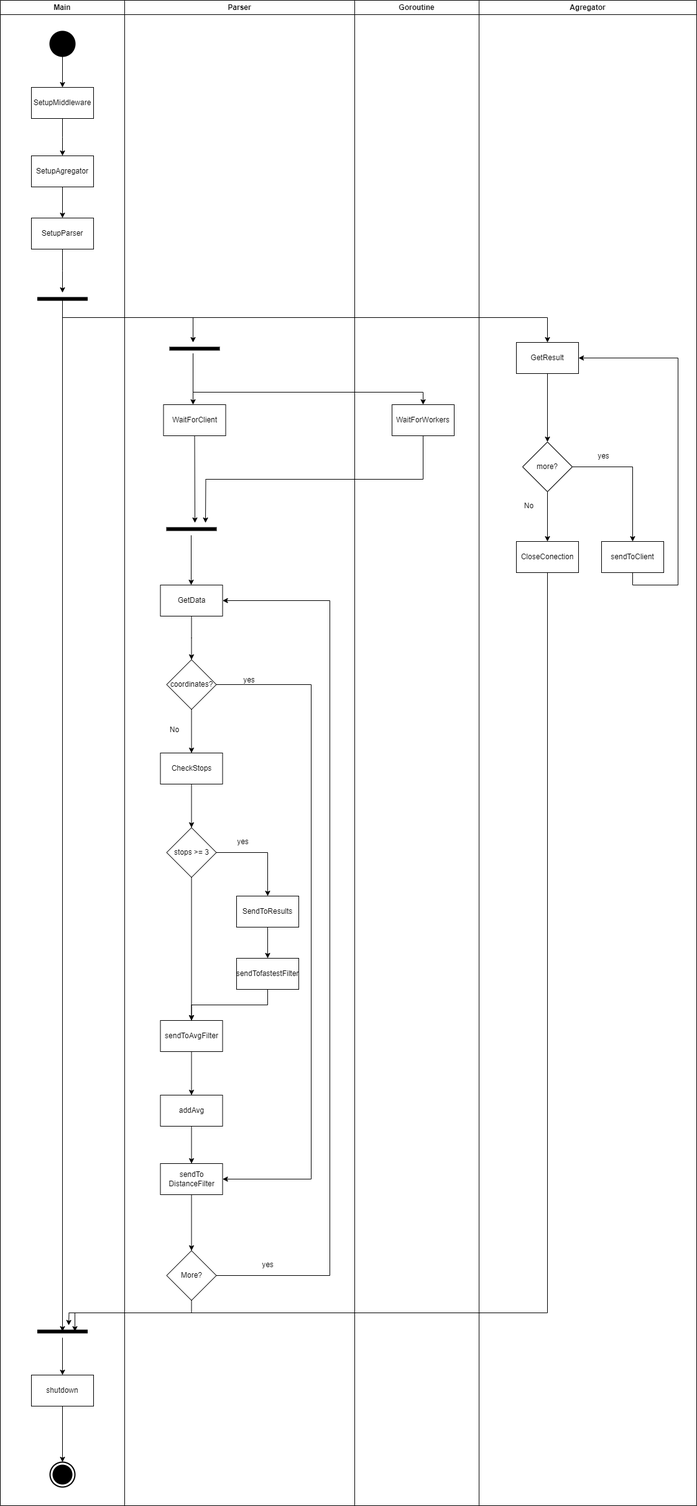
FranciscoPereira987/tp1-distribuidos-grupo5 keeps this draw.io diagram as img/ActividadesInterfaz.png. Above is the earlier version. Source tidied: cells renumbered, new cells last; positions are measured from the earlier drawing's top-left corner, leaving out a move shared by most shapes.
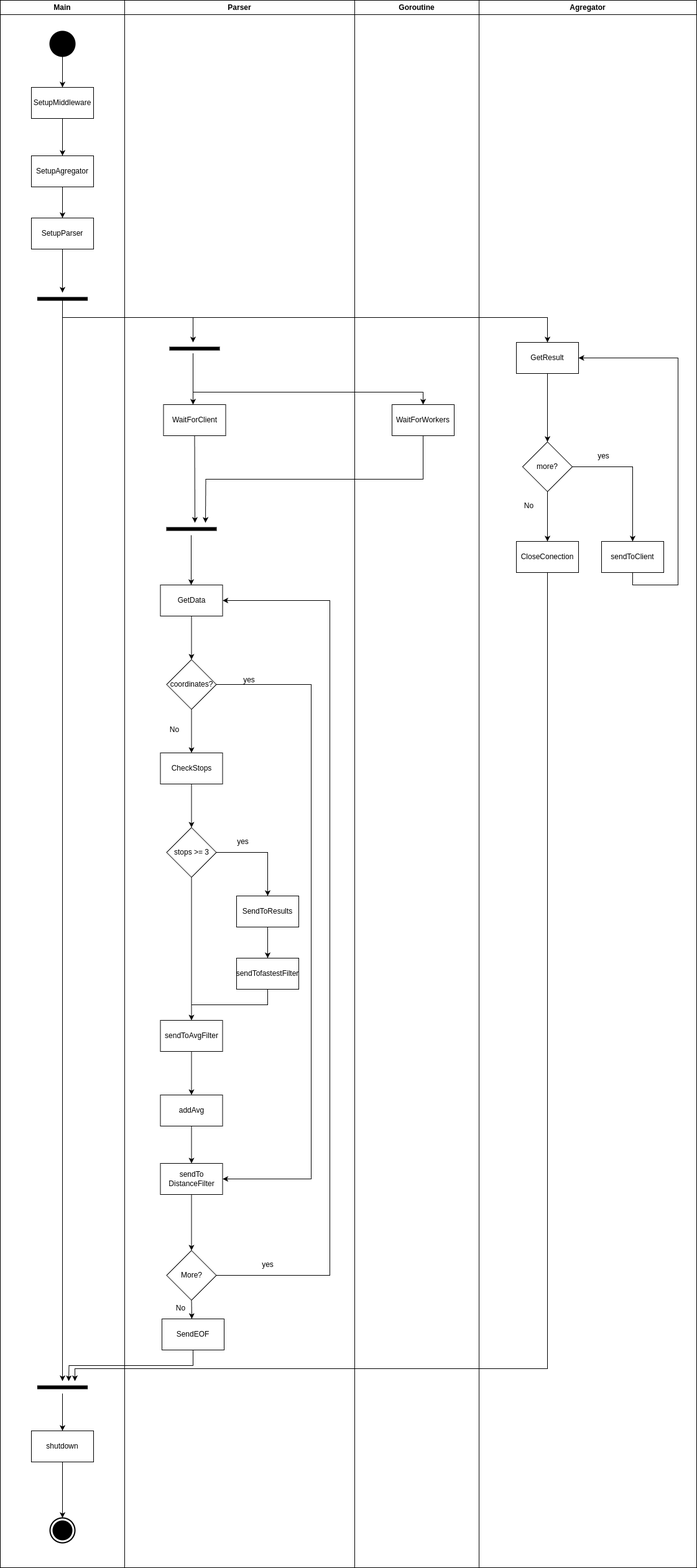
The same diagram one commit later.

Commit message:
Fixed diagrama actividades interface

Diff of the diagram source:
```diff
@@ -3,7 +3,7 @@
     <mxCell id="0" />
     <mxCell id="1" parent="0" />
     <mxCell id="2" value="Main" style="swimlane;whiteSpace=wrap;html=1;" parent="1" vertex="1">
-      <mxGeometry width="200" height="2420" as="geometry" />
+      <mxGeometry width="200" height="2520" as="geometry" />
     </mxCell>
     <mxCell id="3" style="edgeStyle=orthogonalEdgeStyle;rounded=0;jettySize=auto;html=1;exitX=0.5;exitY=1;exitDx=0;exitDy=0;entryX=0.5;entryY=0;entryDx=0;entryDy=0;" parent="2" edge="1" source="4" target="6">
       <mxGeometry relative="1" as="geometry" />
@@ -11,11 +11,11 @@
     <mxCell id="4" style="shape=ellipse;html=1;fillColor=strokeColor;strokeWidth=2;verticalLabelPosition=bottom;verticalAlignment=top;perimeter=ellipsePerimeter;" parent="2" vertex="1">
       <mxGeometry x="80" y="50" width="40" height="40" as="geometry" />
     </mxCell>
-    <mxCell id="5" style="edgeStyle=orthogonalEdgeStyle;rounded=0;jettySize=auto;html=1;exitX=0.5;exitY=1;exitDx=0;exitDy=0;" parent="2" edge="1" source="6">
-      <mxGeometry relative="1" as="geometry">
-        <mxPoint x="100" y="250" as="targetPoint" />
-      </mxGeometry>
-    </mxCell>
+    <mxCell id="70" style="edgeStyle=orthogonalEdgeStyle;rounded=0;jettySize=auto;html=1;exitX=0.5;exitY=1;exitDx=0;exitDy=0;" parent="2" edge="1" source="6">
+      <mxGeometry relative="1" as="geometry">
+        <mxPoint x="100" y="250" as="targetPoint" />
+      </mxGeometry>
+    </mxCell>
     <mxCell id="6" value="SetupMiddleware" style="html=1;dashed=0;whiteSpace=wrap;" parent="2" vertex="1">
       <mxGeometry x="50" y="140" width="100" height="50" as="geometry" />
     </mxCell>
@@ -25,34 +25,36 @@
     <mxCell id="8" value="SetupAgregator" style="html=1;dashed=0;whiteSpace=wrap;" parent="2" vertex="1">
       <mxGeometry x="50" y="250" width="100" height="50" as="geometry" />
     </mxCell>
-    <mxCell id="9" style="edgeStyle=orthogonalEdgeStyle;rounded=0;jettySize=auto;html=1;exitX=0.5;exitY=1;exitDx=0;exitDy=0;" parent="2" edge="1" source="10">
-      <mxGeometry relative="1" as="geometry">
-        <mxPoint x="100" y="470" as="targetPoint" />
-      </mxGeometry>
-    </mxCell>
+    <mxCell id="71" style="edgeStyle=orthogonalEdgeStyle;rounded=0;jettySize=auto;html=1;exitX=0.5;exitY=1;exitDx=0;exitDy=0;" parent="2" edge="1" source="10">
+      <mxGeometry relative="1" as="geometry">
+        <mxPoint x="100" y="470" as="targetPoint" />
+      </mxGeometry>
+    </mxCell>
     <mxCell id="10" value="SetupParser" style="html=1;dashed=0;whiteSpace=wrap;" parent="2" vertex="1">
       <mxGeometry x="50" y="350" width="100" height="50" as="geometry" />
     </mxCell>
     <mxCell id="11" style="html=1;points=[];perimeter=orthogonalPerimeter;fillColor=strokeColor;rotation=-90;" parent="2" vertex="1">
       <mxGeometry x="97.5" y="440" width="5" height="80" as="geometry" />
     </mxCell>
-    <mxCell id="12" style="html=1;points=[];perimeter=orthogonalPerimeter;fillColor=strokeColor;rotation=-90;" parent="2" vertex="1">
-      <mxGeometry x="97.5" y="2100" width="5" height="80" as="geometry" />
-    </mxCell>
-    <mxCell id="13" style="endArrow=classic;html=1;rounded=0;exitX=0.5;exitY=0.5;exitDx=0;exitDy=0;exitPerimeter=0;entryX=0.5;entryY=0.5;entryDx=0;entryDy=0;entryPerimeter=0;" parent="2" edge="1" source="11" target="12">
-      <mxGeometry relative="1" as="geometry" />
-    </mxCell>
+    <mxCell id="72" style="html=1;perimeter=orthogonalPerimeter;fillColor=strokeColor;rotation=-90;" parent="2" vertex="1">
+      <mxGeometry x="97.5" y="2190" width="5" height="80" as="geometry" />
+    </mxCell>
+    <mxCell id="73" style="endArrow=classic;html=1;rounded=0;exitX=0.5;exitY=0.5;exitDx=0;exitDy=0;exitPerimeter=0;" parent="2" edge="1" source="11">
+      <mxGeometry relative="1" as="geometry">
+        <mxPoint x="100" y="2220" as="targetPoint" />
+      </mxGeometry>
+    </mxCell>
     <mxCell id="14" value="shutdown" style="html=1;dashed=0;whiteSpace=wrap;" parent="2" vertex="1">
-      <mxGeometry x="50" y="2210" width="100" height="50" as="geometry" />
+      <mxGeometry x="50" y="2300" width="100" height="50" as="geometry" />
     </mxCell>
-    <mxCell id="15" style="html=1;shape=mxgraph.sysml.actFinal;strokeWidth=2;verticalLabelPosition=bottom;verticalAlignment=top;" parent="2" vertex="1">
-      <mxGeometry x="80" y="2350" width="40" height="40" as="geometry" />
-    </mxCell>
-    <mxCell id="16" style="edgeStyle=orthogonalEdgeStyle;rounded=0;jettySize=auto;html=1;exitX=0.5;exitY=1;exitDx=0;exitDy=0;entryX=0.5;entryY=0;entryDx=0;entryDy=0;entryPerimeter=0;" parent="2" edge="1" source="14" target="15">
-      <mxGeometry relative="1" as="geometry" />
-    </mxCell>
+    <mxCell id="74" style="html=1;shape=mxgraph.sysml.actFinal;strokeWidth=2;verticalLabelPosition=bottom;verticalAlignment=top;" parent="2" vertex="1">
+      <mxGeometry x="80" y="2440" width="40" height="40" as="geometry" />
+    </mxCell>
+    <mxCell id="75" style="edgeStyle=orthogonalEdgeStyle;rounded=0;jettySize=auto;html=1;exitX=0.5;exitY=1;exitDx=0;exitDy=0;entryX=0.5;entryY=0;entryDx=0;entryDy=0;entryPerimeter=0;" parent="2" edge="1" source="14" target="74">
+      <mxGeometry relative="1" as="geometry" />
+    </mxCell>
     <mxCell id="17" value="Parser" style="swimlane;whiteSpace=wrap;html=1;" parent="1" vertex="1">
-      <mxGeometry x="200" width="370" height="2420" as="geometry" />
+      <mxGeometry x="200" width="370" height="2520" as="geometry" />
     </mxCell>
     <mxCell id="18" style="html=1;points=[];perimeter=orthogonalPerimeter;fillColor=strokeColor;rotation=-90;" parent="17" vertex="1">
       <mxGeometry x="110" y="520" width="5" height="80" as="geometry" />
@@ -63,17 +65,17 @@
     <mxCell id="20" style="html=1;perimeter=orthogonalPerimeter;fillColor=strokeColor;rotation=-90;" parent="17" vertex="1">
       <mxGeometry x="105" y="810" width="5" height="80" as="geometry" />
     </mxCell>
-    <mxCell id="21" style="endArrow=classic;html=1;rounded=0;" parent="17" edge="1">
-      <mxGeometry relative="1" as="geometry">
-        <mxPoint x="107" y="860" as="sourcePoint" />
-        <mxPoint x="107" y="940" as="targetPoint" />
-      </mxGeometry>
-    </mxCell>
-    <mxCell id="22" style="edgeStyle=orthogonalEdgeStyle;rounded=0;jettySize=auto;html=1;exitX=0.5;exitY=1;exitDx=0;exitDy=0;entryX=0.5;entryY=0;entryDx=0;entryDy=0;" parent="17" edge="1" source="23">
-      <mxGeometry relative="1" as="geometry">
-        <mxPoint x="107.5" y="1060" as="targetPoint" />
-      </mxGeometry>
-    </mxCell>
+    <mxCell id="76" style="endArrow=classic;html=1;rounded=0;" parent="17" edge="1">
+      <mxGeometry relative="1" as="geometry">
+        <mxPoint x="107" y="860" as="sourcePoint" />
+        <mxPoint x="107" y="940" as="targetPoint" />
+      </mxGeometry>
+    </mxCell>
+    <mxCell id="77" style="edgeStyle=orthogonalEdgeStyle;rounded=0;jettySize=auto;html=1;exitX=0.5;exitY=1;exitDx=0;exitDy=0;entryX=0.5;entryY=0;entryDx=0;entryDy=0;" parent="17" edge="1" source="23">
+      <mxGeometry relative="1" as="geometry">
+        <mxPoint x="107.5" y="1060" as="targetPoint" />
+      </mxGeometry>
+    </mxCell>
     <mxCell id="23" value="GetData" style="html=1;dashed=0;whiteSpace=wrap;" parent="17" vertex="1">
       <mxGeometry x="57.5" y="940" width="100" height="50" as="geometry" />
     </mxCell>
@@ -147,16 +149,24 @@
         </Array>
       </mxGeometry>
     </mxCell>
-    <mxCell id="44" style="edgeStyle=orthogonalEdgeStyle;rounded=0;jettySize=auto;html=1;exitX=0.5;exitY=1;exitDx=0;exitDy=0;" parent="17" edge="1" source="45">
-      <mxGeometry relative="1" as="geometry">
-        <mxPoint x="-90" y="2130" as="targetPoint" />
-      </mxGeometry>
-    </mxCell>
+    <mxCell id="78" style="edgeStyle=orthogonalEdgeStyle;rounded=0;jettySize=auto;html=1;exitX=0.5;exitY=1;exitDx=0;exitDy=0;" parent="17" edge="1" source="45">
+      <mxGeometry relative="1" as="geometry">
+        <mxPoint x="108" y="2120" as="targetPoint" />
+      </mxGeometry>
+    </mxCell>
     <mxCell id="45" value="More?" style="rhombus;whiteSpace=wrap;html=1;" parent="17" vertex="1">
       <mxGeometry x="67.5" y="2010" width="80" height="80" as="geometry" />
     </mxCell>
+    <mxCell id="79" style="edgeStyle=orthogonalEdgeStyle;rounded=0;jettySize=auto;html=1;exitX=0.5;exitY=1;exitDx=0;exitDy=0;" parent="17" edge="1" source="80">
+      <mxGeometry relative="1" as="geometry">
+        <mxPoint x="-90" y="2220" as="targetPoint" />
+      </mxGeometry>
+    </mxCell>
+    <mxCell id="80" value="SendEOF" style="html=1;dashed=0;whiteSpace=wrap;" parent="17" vertex="1">
+      <mxGeometry x="60" y="2120" width="100" height="50" as="geometry" />
+    </mxCell>
     <mxCell id="46" value="Agregator" style="swimlane;whiteSpace=wrap;html=1;" parent="1" vertex="1">
-      <mxGeometry x="770" width="350" height="2420" as="geometry" />
+      <mxGeometry x="770" width="350" height="2520" as="geometry" />
     </mxCell>
     <mxCell id="47" style="edgeStyle=orthogonalEdgeStyle;rounded=0;jettySize=auto;html=1;exitX=0.5;exitY=1;exitDx=0;exitDy=0;entryX=0.5;entryY=0;entryDx=0;entryDy=0;" parent="46" edge="1" source="48" target="51">
       <mxGeometry relative="1" as="geometry" />
@@ -188,25 +198,25 @@
     <mxCell id="54" value="sendToClient" style="html=1;dashed=0;whiteSpace=wrap;" parent="46" vertex="1">
       <mxGeometry x="197" y="870" width="100" height="50" as="geometry" />
     </mxCell>
-    <mxCell id="55" style="endArrow=classic;html=1;rounded=0;" parent="1" edge="1">
-      <mxGeometry relative="1" as="geometry">
-        <mxPoint x="100" y="490" as="sourcePoint" />
-        <mxPoint x="310" y="550" as="targetPoint" />
-        <Array as="points">
-          <mxPoint x="100" y="510" />
-          <mxPoint x="310" y="510" />
-        </Array>
-      </mxGeometry>
-    </mxCell>
-    <mxCell id="56" style="endArrow=classic;html=1;rounded=0;entryX=0.5;entryY=0;entryDx=0;entryDy=0;" parent="1" edge="1" target="48">
-      <mxGeometry relative="1" as="geometry">
-        <mxPoint x="100" y="480" as="sourcePoint" />
-        <Array as="points">
-          <mxPoint x="100" y="510" />
-          <mxPoint x="880" y="510" />
-        </Array>
-      </mxGeometry>
-    </mxCell>
+    <mxCell id="81" style="endArrow=classic;html=1;rounded=0;" parent="1" edge="1">
+      <mxGeometry relative="1" as="geometry">
+        <mxPoint x="100" y="490" as="sourcePoint" />
+        <mxPoint x="310" y="550" as="targetPoint" />
+        <Array as="points">
+          <mxPoint x="100" y="510" />
+          <mxPoint x="310" y="510" />
+        </Array>
+      </mxGeometry>
+    </mxCell>
+    <mxCell id="82" style="endArrow=classic;html=1;rounded=0;entryX=0.5;entryY=0;entryDx=0;entryDy=0;" parent="1" edge="1" target="48">
+      <mxGeometry relative="1" as="geometry">
+        <mxPoint x="100" y="480" as="sourcePoint" />
+        <Array as="points">
+          <mxPoint x="100" y="510" />
+          <mxPoint x="880" y="510" />
+        </Array>
+      </mxGeometry>
+    </mxCell>
     <mxCell id="57" style="endArrow=classic;html=1;rounded=0;exitX=-1;exitY=0.469;exitDx=0;exitDy=0;exitPerimeter=0;entryX=0.5;entryY=0;entryDx=0;entryDy=0;" parent="1" edge="1" source="18" target="60">
       <mxGeometry relative="1" as="geometry">
         <Array as="points">
@@ -216,27 +226,27 @@
       </mxGeometry>
     </mxCell>
     <mxCell id="58" value="Goroutine" style="swimlane;whiteSpace=wrap;html=1;" parent="1" vertex="1">
-      <mxGeometry x="570" width="200" height="2420" as="geometry" />
+      <mxGeometry x="570" width="200" height="2520" as="geometry" />
     </mxCell>
-    <mxCell id="59" style="edgeStyle=orthogonalEdgeStyle;rounded=0;jettySize=auto;html=1;exitX=0.5;exitY=1;exitDx=0;exitDy=0;" parent="58" edge="1" source="60">
-      <mxGeometry relative="1" as="geometry">
-        <mxPoint x="-240" y="840" as="targetPoint" />
-      </mxGeometry>
-    </mxCell>
+    <mxCell id="83" style="edgeStyle=orthogonalEdgeStyle;rounded=0;jettySize=auto;html=1;exitX=0.5;exitY=1;exitDx=0;exitDy=0;" parent="58" edge="1" source="60">
+      <mxGeometry relative="1" as="geometry">
+        <mxPoint x="-240" y="840" as="targetPoint" />
+      </mxGeometry>
+    </mxCell>
     <mxCell id="60" value="WaitForWorkers" style="html=1;dashed=0;whiteSpace=wrap;" parent="58" vertex="1">
       <mxGeometry x="60" y="650" width="100" height="50" as="geometry" />
     </mxCell>
-    <mxCell id="61" style="endArrow=classic;html=1;rounded=0;" parent="1" edge="1">
-      <mxGeometry relative="1" as="geometry">
-        <mxPoint x="310" y="570" as="sourcePoint" />
-        <mxPoint x="310" y="650" as="targetPoint" />
-      </mxGeometry>
-    </mxCell>
-    <mxCell id="62" style="endArrow=classic;html=1;rounded=0;exitX=0.5;exitY=1;exitDx=0;exitDy=0;" parent="1" edge="1" source="19">
-      <mxGeometry relative="1" as="geometry">
-        <mxPoint x="313" y="840" as="targetPoint" />
-      </mxGeometry>
-    </mxCell>
+    <mxCell id="84" style="endArrow=classic;html=1;rounded=0;" parent="1" edge="1">
+      <mxGeometry relative="1" as="geometry">
+        <mxPoint x="310" y="570" as="sourcePoint" />
+        <mxPoint x="310" y="650" as="targetPoint" />
+      </mxGeometry>
+    </mxCell>
+    <mxCell id="85" style="endArrow=classic;html=1;rounded=0;exitX=0.5;exitY=1;exitDx=0;exitDy=0;" parent="1" edge="1" source="19">
+      <mxGeometry relative="1" as="geometry">
+        <mxPoint x="313" y="840" as="targetPoint" />
+      </mxGeometry>
+    </mxCell>
     <mxCell id="63" value="No" style="text;html=1;align=center;verticalAlign=middle;strokeColor=none;fillColor=none;" parent="1" vertex="1">
       <mxGeometry x="830" y="798" width="40" height="30" as="geometry" />
     </mxCell>
@@ -252,20 +262,22 @@
     <mxCell id="67" value="yes" style="text;html=1;align=center;verticalAlign=middle;strokeColor=none;fillColor=none;" parent="1" vertex="1">
       <mxGeometry x="410" y="2018" width="40" height="30" as="geometry" />
     </mxCell>
-    <mxCell id="68" style="edgeStyle=orthogonalEdgeStyle;rounded=0;jettySize=auto;html=1;exitX=0.5;exitY=1;exitDx=0;exitDy=0;" parent="1" edge="1" source="52">
-      <mxGeometry relative="1" as="geometry">
-        <mxPoint x="120" y="2140" as="targetPoint" />
-        <Array as="points">
-          <mxPoint x="880" y="2110" />
-          <mxPoint x="120" y="2110" />
-          <mxPoint x="120" y="2139" />
-        </Array>
-      </mxGeometry>
-    </mxCell>
-    <mxCell id="69" style="endArrow=classic;html=1;rounded=0;entryX=0.5;entryY=0;entryDx=0;entryDy=0;" parent="1" edge="1" target="14">
-      <mxGeometry relative="1" as="geometry">
-        <mxPoint x="100" y="2150" as="sourcePoint" />
-      </mxGeometry>
-    </mxCell>
+    <mxCell id="86" style="edgeStyle=orthogonalEdgeStyle;rounded=0;jettySize=auto;html=1;exitX=0.5;exitY=1;exitDx=0;exitDy=0;" parent="1" edge="1" source="52">
+      <mxGeometry relative="1" as="geometry">
+        <mxPoint x="120" y="2220" as="targetPoint" />
+        <Array as="points">
+          <mxPoint x="880" y="2200" />
+          <mxPoint x="120" y="2200" />
+        </Array>
+      </mxGeometry>
+    </mxCell>
+    <mxCell id="87" style="endArrow=classic;html=1;rounded=0;entryX=0.5;entryY=0;entryDx=0;entryDy=0;" parent="1" edge="1" target="14">
+      <mxGeometry relative="1" as="geometry">
+        <mxPoint x="100" y="2240" as="sourcePoint" />
+      </mxGeometry>
+    </mxCell>
+    <mxCell id="88" value="No" style="text;html=1;align=center;verticalAlign=middle;strokeColor=none;fillColor=none;" parent="1" vertex="1">
+      <mxGeometry x="270" y="2088" width="40" height="30" as="geometry" />
+    </mxCell>
   </root>
 </mxGraphModel>
```
